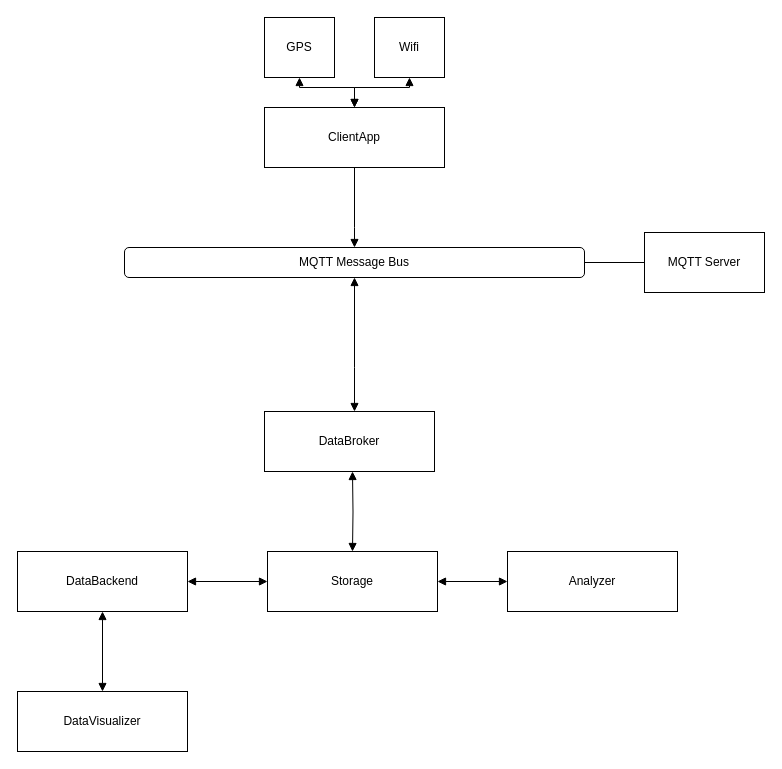
The draw.io diagram docs/schemes/architecture/ArchitectureDiagram.drawio in Kirkirillka/GPS_Tracker, before the edit. Source tidied: cells renumbered, new cells numbered last; positions are measured from the earlier drawing's top-left corner, leaving out a move shared by most shapes. Both pictures are drawn from the tidied source at 100%, with x=0, y=0 at pixel (17, 17).
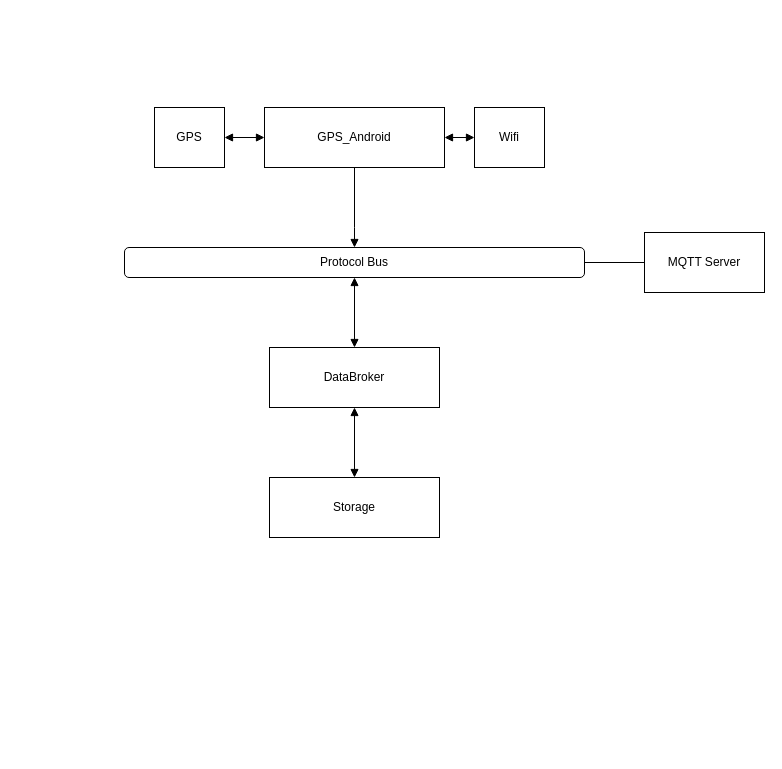
The same page after the edit.

What changed in the source:
```diff
@@
-    <mxCell id="2" value="MQTT Message Bus&lt;br&gt;" style="rounded=1;whiteSpace=wrap;html=1;" parent="1" vertex="1">
+    <mxCell id="2" value="Protocol Bus" style="rounded=1;whiteSpace=wrap;html=1;" parent="1" vertex="1">
       <mxGeometry x="107" y="230" width="460" height="30" as="geometry" />
     </mxCell>
@@
-    <mxCell id="6" value="ClientApp&lt;br&gt;" style="rounded=0;whiteSpace=wrap;html=1;" parent="1" vertex="1">
+    <mxCell id="6" value="GPS_Android" style="rounded=0;whiteSpace=wrap;html=1;" parent="1" vertex="1">
       <mxGeometry x="247" y="90" width="180" height="60" as="geometry" />
     </mxCell>
@@
     <mxCell id="9" style="edgeStyle=orthogonalEdgeStyle;rounded=0;jettySize=auto;html=1;endArrow=block;endFill=1;startArrow=block;startFill=1;" parent="1" edge="1" source="13" target="2">
-      <mxGeometry relative="1" as="geometry">
-        <Array as="points">
-          <mxPoint x="337" y="350" />
-          <mxPoint x="337" y="350" />
-        </Array>
-      </mxGeometry>
+      <mxGeometry relative="1" as="geometry" />
     </mxCell>
-    <mxCell id="10" style="edgeStyle=orthogonalEdgeStyle;rounded=0;jettySize=auto;html=1;startArrow=block;startFill=1;endArrow=block;endFill=1;" parent="1" edge="1" target="18">
-      <mxGeometry relative="1" as="geometry">
-        <mxPoint x="335" y="454" as="sourcePoint" />
-      </mxGeometry>
+    <mxCell id="10" style="edgeStyle=orthogonalEdgeStyle;rounded=0;jettySize=auto;html=1;startArrow=block;startFill=1;endArrow=block;endFill=1;" parent="1" edge="1" source="13" target="18">
+      <mxGeometry relative="1" as="geometry" />
     </mxCell>
-    <mxCell id="11" style="edgeStyle=orthogonalEdgeStyle;rounded=0;jettySize=auto;html=1;startArrow=block;startFill=1;endArrow=block;endFill=1;" parent="1" edge="1" source="18" target="17">
-      <mxGeometry relative="1" as="geometry" />
-    </mxCell>
-    <mxCell id="12" style="edgeStyle=orthogonalEdgeStyle;rounded=0;jettySize=auto;html=1;startArrow=block;startFill=1;endArrow=block;endFill=1;" parent="1" edge="1" source="18" target="15">
-      <mxGeometry relative="1" as="geometry" />
-    </mxCell>
     <mxCell id="13" value="DataBroker&lt;br&gt;" style="rounded=0;whiteSpace=wrap;html=1;" parent="1" vertex="1">
-      <mxGeometry x="247" y="394" width="170" height="60" as="geometry" />
+      <mxGeometry x="252" y="330" width="170" height="60" as="geometry" />
     </mxCell>
-    <mxCell id="14" style="edgeStyle=orthogonalEdgeStyle;rounded=0;jettySize=auto;html=1;startArrow=block;startFill=1;endArrow=block;endFill=1;" parent="1" edge="1" source="15" target="16">
-      <mxGeometry relative="1" as="geometry" />
-    </mxCell>
-    <mxCell id="15" value="DataBackend&lt;br&gt;" style="rounded=0;whiteSpace=wrap;html=1;" parent="1" vertex="1">
-      <mxGeometry y="534" width="170" height="60" as="geometry" />
-    </mxCell>
-    <mxCell id="16" value="DataVisualizer&lt;br&gt;" style="rounded=0;whiteSpace=wrap;html=1;" parent="1" vertex="1">
-      <mxGeometry y="674" width="170" height="60" as="geometry" />
-    </mxCell>
-    <mxCell id="17" value="Analyzer&lt;br&gt;" style="rounded=0;whiteSpace=wrap;html=1;" parent="1" vertex="1">
-      <mxGeometry x="490" y="534" width="170" height="60" as="geometry" />
-    </mxCell>
     <mxCell id="18" value="Storage&lt;br&gt;" style="rounded=0;whiteSpace=wrap;html=1;" parent="1" vertex="1">
-      <mxGeometry x="250" y="534" width="170" height="60" as="geometry" />
+      <mxGeometry x="252" y="460" width="170" height="60" as="geometry" />
     </mxCell>
     <mxCell id="19" value="GPS&lt;br&gt;" style="rounded=0;whiteSpace=wrap;html=1;" parent="1" vertex="1">
-      <mxGeometry x="247" width="70" height="60" as="geometry" />
+      <mxGeometry x="137" y="90" width="70" height="60" as="geometry" />
     </mxCell>
     <mxCell id="20" value="Wifi&lt;br&gt;" style="rounded=0;whiteSpace=wrap;html=1;" parent="1" vertex="1">
-      <mxGeometry x="357" width="70" height="60" as="geometry" />
+      <mxGeometry x="457" y="90" width="70" height="60" as="geometry" />
     </mxCell>
```
